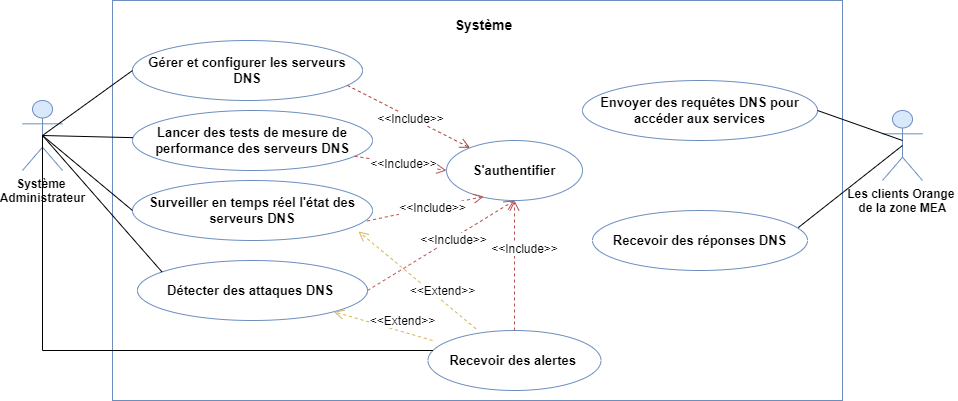
Above: GlobalUseCase.drawio.png in eya-harbaoui/Diagramms (draw.io), before the change. Source tidied: cells renumbered, new cells last; positions are measured from the earlier drawing's top-left corner, leaving out a move shared by most shapes.
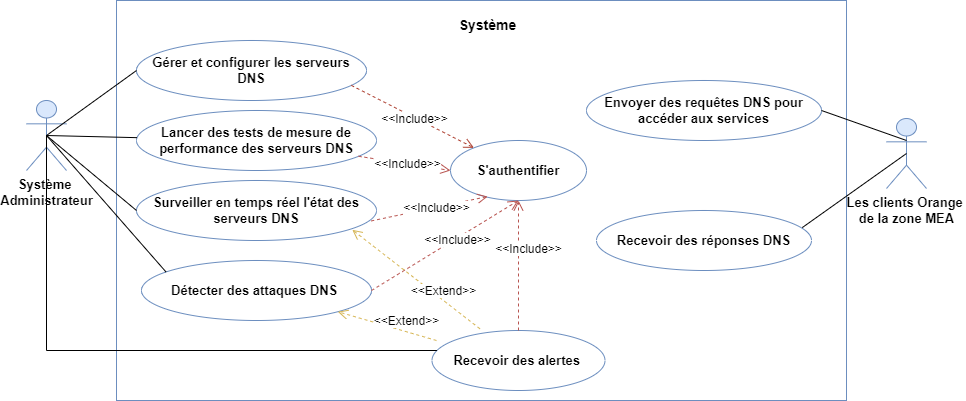
After the commit.

The edit, as a diff of the source:
```diff
@@ -2,8 +2,8 @@
   <root>
     <mxCell id="0" />
     <mxCell id="1" parent="0" />
-    <mxCell id="2" value="Les clients Orange&amp;nbsp;&lt;div&gt;de la zone MEA&lt;/div&gt;" style="shape=umlActor;verticalLabelPosition=bottom;verticalAlign=top;html=1;outlineConnect=0;fontStyle=1;fillColor=#dae8fc;strokeColor=#6c8ebf;" parent="1" vertex="1">
-      <mxGeometry x="860" y="110" width="40" height="70" as="geometry" />
+    <mxCell id="2" value="&lt;font style=&quot;font-size: 13px;&quot;&gt;Les clients Orange&amp;nbsp;&lt;/font&gt;&lt;div style=&quot;font-size: 13px;&quot;&gt;&lt;font style=&quot;font-size: 13px;&quot;&gt;de la zone MEA&lt;/font&gt;&lt;/div&gt;" style="shape=umlActor;verticalLabelPosition=bottom;verticalAlign=top;html=1;outlineConnect=0;fontStyle=1;fillColor=#dae8fc;strokeColor=#6c8ebf;" parent="1" vertex="1">
+      <mxGeometry x="860" y="118" width="40" height="70" as="geometry" />
     </mxCell>
     <mxCell id="3" style="rounded=0;whiteSpace=wrap;html=1;strokeColor=#6C8EBF;" parent="1" vertex="1">
       <mxGeometry x="90" width="730" height="400" as="geometry" />
@@ -35,7 +35,7 @@
     <mxCell id="12" value="&lt;b&gt;&lt;font style=&quot;font-size: 13px;&quot;&gt;Recevoir des réponses DNS&lt;/font&gt;&lt;/b&gt;" style="ellipse;whiteSpace=wrap;html=1;strokeColor=#6C8EBF;" parent="1" vertex="1">
       <mxGeometry x="570" y="210" width="215" height="60" as="geometry" />
     </mxCell>
-    <mxCell id="13" value="Système&amp;nbsp;&lt;div&gt;Administrateur&lt;/div&gt;" style="shape=umlActor;verticalLabelPosition=bottom;verticalAlign=top;html=1;outlineConnect=0;fontStyle=1;fillColor=#dae8fc;strokeColor=#6c8ebf;" parent="1" vertex="1">
+    <mxCell id="13" value="&lt;font style=&quot;font-size: 13px;&quot;&gt;Système&amp;nbsp;&lt;/font&gt;&lt;div style=&quot;font-size: 13px;&quot;&gt;&lt;font style=&quot;font-size: 13px;&quot;&gt;Administrateur&lt;/font&gt;&lt;/div&gt;" style="shape=umlActor;verticalLabelPosition=bottom;verticalAlign=top;html=1;outlineConnect=0;fontStyle=1;fillColor=#dae8fc;strokeColor=#6c8ebf;" parent="1" vertex="1">
       <mxGeometry y="100" width="40" height="70" as="geometry" />
     </mxCell>
     <mxCell id="14" value="&lt;font style=&quot;font-size: 12px;&quot;&gt;&amp;lt;&amp;lt;Include&amp;gt;&amp;gt;&lt;/font&gt;" style="html=1;verticalAlign=bottom;endArrow=open;dashed=1;endSize=8;curved=0;rounded=0;exitX=0.934;exitY=0.748;exitDx=0;exitDy=0;exitPerimeter=0;fillColor=#fad9d5;strokeColor=#ae4132;" parent="1" edge="1" source="4" target="10">
@@ -85,10 +85,8 @@
         <mxPoint x="410" y="340" as="sourcePoint" />
       </mxGeometry>
     </mxCell>
-    <mxCell id="27" value="&lt;font style=&quot;font-size: 12px;&quot;&gt;&amp;lt;&amp;lt;Extend&amp;gt;&amp;gt;&lt;/font&gt;" style="html=1;verticalAlign=bottom;endArrow=open;dashed=1;endSize=8;curved=0;rounded=0;entryX=1;entryY=1;entryDx=0;entryDy=0;fillColor=#fff2cc;strokeColor=#d6b656;gradientColor=#ffd966;exitX=0.277;exitY=-0.029;exitDx=0;exitDy=0;exitPerimeter=0;" parent="1" edge="1" source="9">
-      <mxGeometry x="-0.43" relative="1" as="geometry">
-        <mxPoint x="336" y="231" as="targetPoint" />
-      </mxGeometry>
+    <mxCell id="27" value="&lt;font style=&quot;font-size: 12px;&quot;&gt;&amp;lt;&amp;lt;Extend&amp;gt;&amp;gt;&lt;/font&gt;" style="html=1;verticalAlign=bottom;endArrow=open;dashed=1;endSize=8;curved=0;rounded=0;entryX=0.899;entryY=0.822;entryDx=0;entryDy=0;fillColor=#fff2cc;strokeColor=#d6b656;gradientColor=#ffd966;exitX=0.277;exitY=-0.029;exitDx=0;exitDy=0;exitPerimeter=0;entryPerimeter=0;" parent="1" edge="1" source="9" target="7">
+      <mxGeometry x="-0.43" relative="1" as="geometry" />
     </mxCell>
   </root>
 </mxGraphModel>
```
